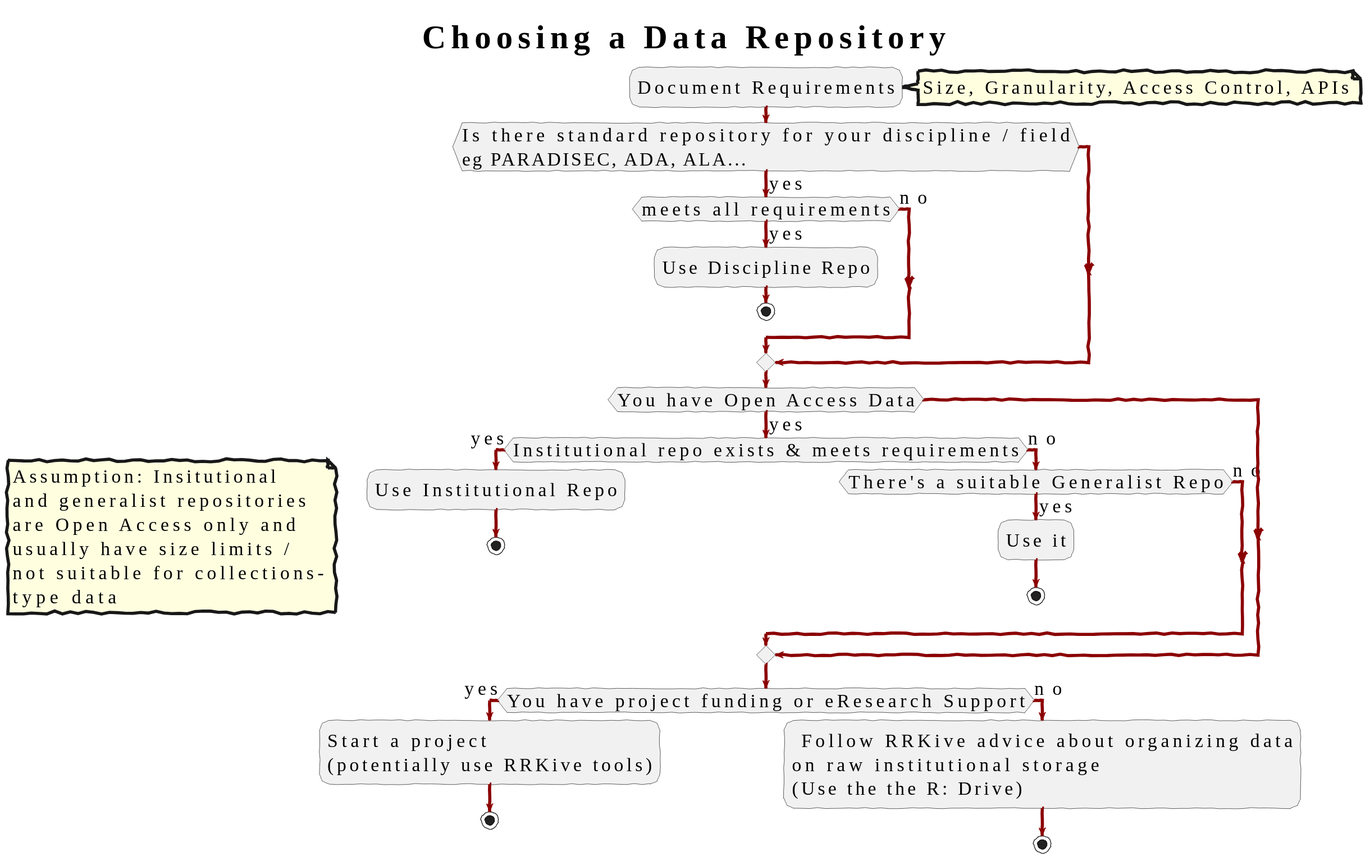
The PlantUML diagram arkisto/ardc-repo-chooser-full.svg in Language-Research-Technology/plantuml-diagrams, before a commit. The source it was exported from:
```plantuml
@startuml
!include_many ../data-management-style.txt

title: Choosing a Data Repository


:Document Requirements;

note right
Size, Granularity, Access Control, APIs
end note




if (Is there standard repository for your discipline / field\neg PARADISEC, ADA, ALA...) then (yes)

   if (meets all requirements) then (yes)
      :Use Discipline Repo;
      stop
   else (no)
   endif
endif


if (You have Open Access Data)then (yes)


   if (Institutional repo exists & meets requirements) then (yes)
      :Use Institutional Repo;
      stop
   else (no)
        if (There's a suitable Generalist Repo) then (yes)
            :Use it;
         stop
         else (no)
   endif


endif

endif

note
Assumption: Insitutional
and generalist repositories
are Open Access only and
usually have size limits /
not suitable for collections-
type data
end note

if (You have project funding or eResearch Support) then (yes)

   :Start a project\n(potentially use RRKive tools);
   stop

else (no)
   : Follow RRKive advice about organizing data\non raw institutional storage\n(Use the the R: Drive) ;
   stop
endif
@enduml
```
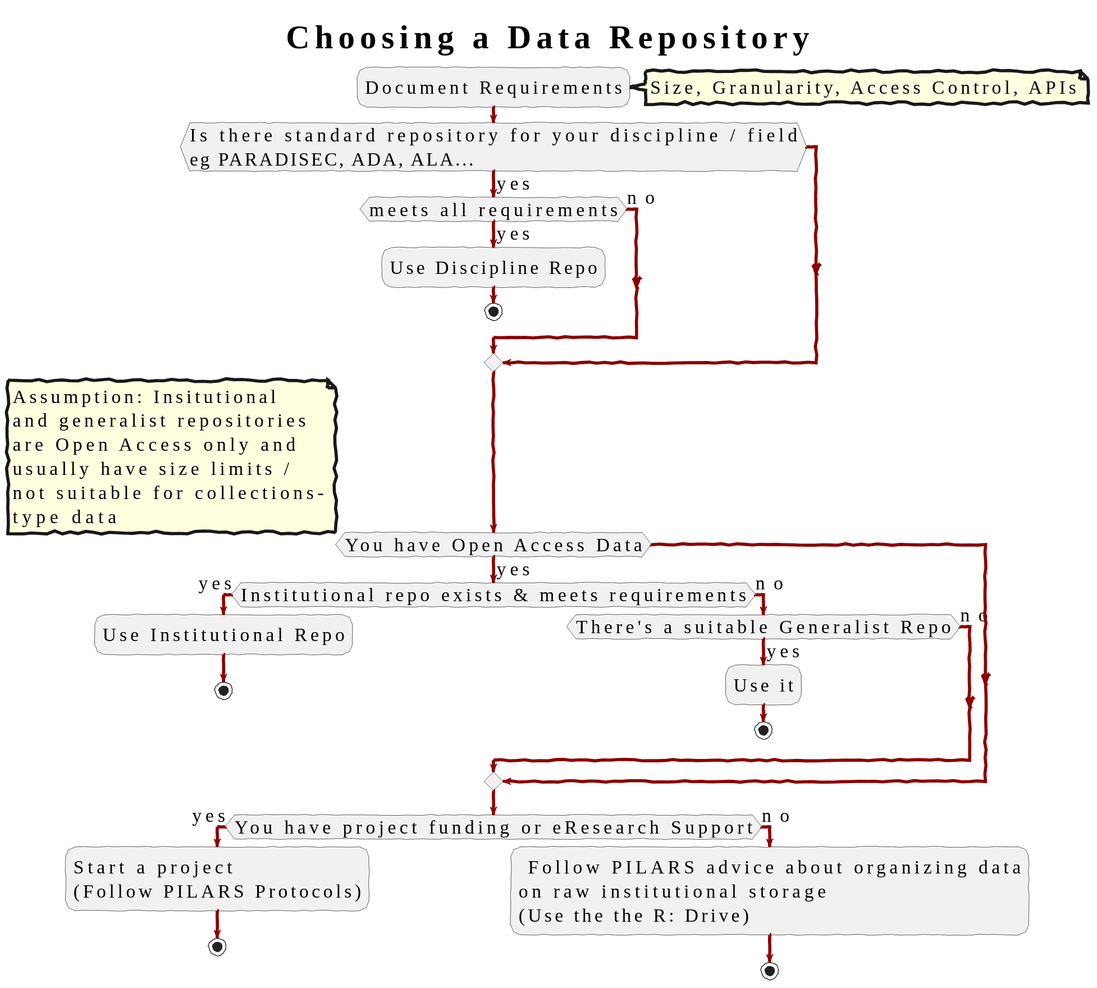
After the commit.

Diff of the diagram source:
```diff
@@ -52,11 +52,11 @@
 
 if (You have project funding or eResearch Support) then (yes)
 
-   :Start a project\n(potentially use RRKive tools);
+   :Start a project\n(Follow PILARS Protocols);
    stop
 
 else (no)
-   : Follow RRKive advice about organizing data\non raw institutional storage\n(Use the the R: Drive) ;
+   : Follow PILARS advice about organizing data\non raw institutional storage\n(Use the the R: Drive) ;
    stop
 endif
 @enduml
```
